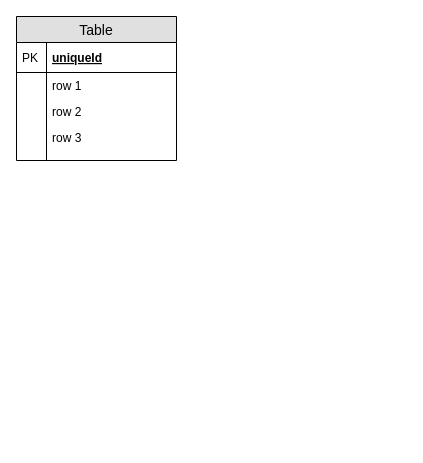
Above: 出行项目/werideapp_sql.drawio in wurh/myDesignDoc (draw.io), before the change. Source tidied: cells renumbered, new cells numbered last; positions are measured from the earlier drawing's top-left corner, leaving out a move shared by most shapes. Both pictures are drawn from the tidied source at 100%, with x=0, y=0 at pixel (16, 16).
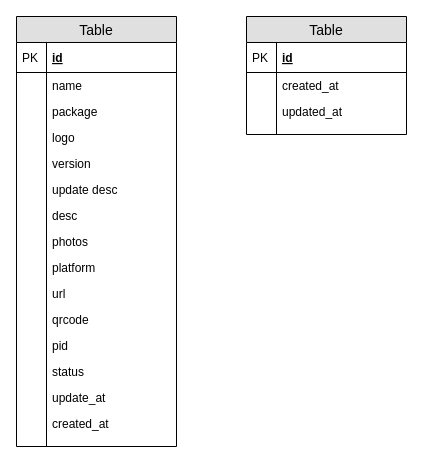
The same page after the edit.

Diff of the diagram source:
```diff
@@
     <mxCell id="2" value="Table" style="swimlane;fontStyle=0;horizontal=1;startSize=26;fillColor=#e0e0e0;swimlaneFillColor=#ffffff;align=center;fontSize=14;" parent="1" vertex="1">
-      <mxGeometry width="160" height="144" as="geometry" />
+      <mxGeometry width="160" height="430" as="geometry" />
     </mxCell>
-    <mxCell id="3" value="uniqueId" style="shape=partialRectangle;top=0;left=0;right=0;bottom=1;align=left;verticalAlign=middle;fillColor=none;spacingLeft=34;spacingRight=4;overflow=hidden;fontStyle=5;fontSize=12;" parent="2" vertex="1">
+    <mxCell id="3" value="id" style="shape=partialRectangle;top=0;left=0;right=0;bottom=1;align=left;verticalAlign=middle;fillColor=none;spacingLeft=34;spacingRight=4;overflow=hidden;fontStyle=5;fontSize=12;" parent="2" vertex="1">
       <mxGeometry y="26" width="160" height="30" as="geometry" />
     </mxCell>
@@
-    <mxCell id="5" value="row 1" style="shape=partialRectangle;top=0;left=0;right=0;bottom=0;align=left;verticalAlign=top;fillColor=none;spacingLeft=34;spacingRight=4;overflow=hidden;fontSize=12;" parent="2" vertex="1">
-      <mxGeometry y="56" width="160" height="26" as="geometry" />
-    </mxCell>
-    <mxCell id="6" style="shape=partialRectangle;top=0;left=0;bottom=0;fillColor=none;align=left;verticalAlign=top;spacingLeft=4;spacingRight=4;overflow=hidden;fontSize=12;" parent="5" vertex="1">
-      <mxGeometry width="30" height="26" as="geometry" />
-    </mxCell>
-    <mxCell id="7" value="row 2" style="shape=partialRectangle;top=0;left=0;right=0;bottom=0;align=left;verticalAlign=top;fillColor=none;spacingLeft=34;spacingRight=4;overflow=hidden;fontSize=12;" parent="2" vertex="1">
-      <mxGeometry y="82" width="160" height="26" as="geometry" />
+    <mxCell id="7" value="name" style="shape=partialRectangle;top=0;left=0;right=0;bottom=0;align=left;verticalAlign=top;fillColor=none;spacingLeft=34;spacingRight=4;overflow=hidden;fontSize=12;" parent="2" vertex="1">
+      <mxGeometry y="56" width="160" height="26" as="geometry" />
     </mxCell>
@@
+    <mxCell id="13" value="package" style="shape=partialRectangle;top=0;left=0;right=0;bottom=0;align=left;verticalAlign=top;fillColor=none;spacingLeft=34;spacingRight=4;overflow=hidden;fontSize=12;" parent="2" vertex="1">
+      <mxGeometry y="82" width="160" height="26" as="geometry" />
+    </mxCell>
+    <mxCell id="14" style="shape=partialRectangle;top=0;left=0;bottom=0;fillColor=none;align=left;verticalAlign=top;spacingLeft=4;spacingRight=4;overflow=hidden;fontSize=12;" parent="13" vertex="1">
+      <mxGeometry width="30" height="26" as="geometry" />
+    </mxCell>
-    <mxCell id="9" value="row 3" style="shape=partialRectangle;top=0;left=0;right=0;bottom=0;align=left;verticalAlign=top;fillColor=none;spacingLeft=34;spacingRight=4;overflow=hidden;fontSize=12;" parent="2" vertex="1">
+    <mxCell id="9" value="logo&#10;" style="shape=partialRectangle;top=0;left=0;right=0;bottom=0;align=left;verticalAlign=top;fillColor=none;spacingLeft=34;spacingRight=4;overflow=hidden;fontSize=12;" parent="2" vertex="1">
       <mxGeometry y="108" width="160" height="26" as="geometry" />
     </mxCell>
@@
+    <mxCell id="15" value="version" style="shape=partialRectangle;top=0;left=0;right=0;bottom=0;align=left;verticalAlign=top;fillColor=none;spacingLeft=34;spacingRight=4;overflow=hidden;fontSize=12;" parent="2" vertex="1">
+      <mxGeometry y="134" width="160" height="26" as="geometry" />
+    </mxCell>
+    <mxCell id="16" style="shape=partialRectangle;top=0;left=0;bottom=0;fillColor=none;align=left;verticalAlign=top;spacingLeft=4;spacingRight=4;overflow=hidden;fontSize=12;" parent="15" vertex="1">
+      <mxGeometry width="30" height="26" as="geometry" />
+    </mxCell>
+    <mxCell id="17" value="update desc&#10;" style="shape=partialRectangle;top=0;left=0;right=0;bottom=0;align=left;verticalAlign=top;fillColor=none;spacingLeft=34;spacingRight=4;overflow=hidden;fontSize=12;" parent="2" vertex="1">
+      <mxGeometry y="160" width="160" height="26" as="geometry" />
+    </mxCell>
+    <mxCell id="18" style="shape=partialRectangle;top=0;left=0;bottom=0;fillColor=none;align=left;verticalAlign=top;spacingLeft=4;spacingRight=4;overflow=hidden;fontSize=12;" parent="17" vertex="1">
+      <mxGeometry width="30" height="26" as="geometry" />
+    </mxCell>
+    <mxCell id="19" value="desc&#10;" style="shape=partialRectangle;top=0;left=0;right=0;bottom=0;align=left;verticalAlign=top;fillColor=none;spacingLeft=34;spacingRight=4;overflow=hidden;fontSize=12;" parent="2" vertex="1">
+      <mxGeometry y="186" width="160" height="26" as="geometry" />
+    </mxCell>
+    <mxCell id="20" style="shape=partialRectangle;top=0;left=0;bottom=0;fillColor=none;align=left;verticalAlign=top;spacingLeft=4;spacingRight=4;overflow=hidden;fontSize=12;" parent="19" vertex="1">
+      <mxGeometry width="30" height="26" as="geometry" />
+    </mxCell>
+    <mxCell id="21" value="photos&#10;" style="shape=partialRectangle;top=0;left=0;right=0;bottom=0;align=left;verticalAlign=top;fillColor=none;spacingLeft=34;spacingRight=4;overflow=hidden;fontSize=12;" parent="2" vertex="1">
+      <mxGeometry y="212" width="160" height="26" as="geometry" />
+    </mxCell>
+    <mxCell id="22" style="shape=partialRectangle;top=0;left=0;bottom=0;fillColor=none;align=left;verticalAlign=top;spacingLeft=4;spacingRight=4;overflow=hidden;fontSize=12;" parent="21" vertex="1">
+      <mxGeometry width="30" height="26" as="geometry" />
+    </mxCell>
+    <mxCell id="23" value="platform" style="shape=partialRectangle;top=0;left=0;right=0;bottom=0;align=left;verticalAlign=top;fillColor=none;spacingLeft=34;spacingRight=4;overflow=hidden;fontSize=12;" parent="2" vertex="1">
+      <mxGeometry y="238" width="160" height="26" as="geometry" />
+    </mxCell>
+    <mxCell id="24" style="shape=partialRectangle;top=0;left=0;bottom=0;fillColor=none;align=left;verticalAlign=top;spacingLeft=4;spacingRight=4;overflow=hidden;fontSize=12;" parent="23" vertex="1">
+      <mxGeometry width="30" height="26" as="geometry" />
+    </mxCell>
+    <mxCell id="25" value="url&#10;" style="shape=partialRectangle;top=0;left=0;right=0;bottom=0;align=left;verticalAlign=top;fillColor=none;spacingLeft=34;spacingRight=4;overflow=hidden;fontSize=12;" parent="2" vertex="1">
+      <mxGeometry y="264" width="160" height="26" as="geometry" />
+    </mxCell>
+    <mxCell id="26" style="shape=partialRectangle;top=0;left=0;bottom=0;fillColor=none;align=left;verticalAlign=top;spacingLeft=4;spacingRight=4;overflow=hidden;fontSize=12;" parent="25" vertex="1">
+      <mxGeometry width="30" height="26" as="geometry" />
+    </mxCell>
+    <mxCell id="27" value="qrcode" style="shape=partialRectangle;top=0;left=0;right=0;bottom=0;align=left;verticalAlign=top;fillColor=none;spacingLeft=34;spacingRight=4;overflow=hidden;fontSize=12;" parent="2" vertex="1">
+      <mxGeometry y="290" width="160" height="26" as="geometry" />
+    </mxCell>
+    <mxCell id="28" style="shape=partialRectangle;top=0;left=0;bottom=0;fillColor=none;align=left;verticalAlign=top;spacingLeft=4;spacingRight=4;overflow=hidden;fontSize=12;" parent="27" vertex="1">
+      <mxGeometry width="30" height="26" as="geometry" />
+    </mxCell>
+    <mxCell id="29" value="pid" style="shape=partialRectangle;top=0;left=0;right=0;bottom=0;align=left;verticalAlign=top;fillColor=none;spacingLeft=34;spacingRight=4;overflow=hidden;fontSize=12;" parent="2" vertex="1">
+      <mxGeometry y="316" width="160" height="26" as="geometry" />
+    </mxCell>
+    <mxCell id="30" style="shape=partialRectangle;top=0;left=0;bottom=0;fillColor=none;align=left;verticalAlign=top;spacingLeft=4;spacingRight=4;overflow=hidden;fontSize=12;" parent="29" vertex="1">
+      <mxGeometry width="30" height="26" as="geometry" />
+    </mxCell>
+    <mxCell id="31" value="status&#10;" style="shape=partialRectangle;top=0;left=0;right=0;bottom=0;align=left;verticalAlign=top;fillColor=none;spacingLeft=34;spacingRight=4;overflow=hidden;fontSize=12;" parent="2" vertex="1">
+      <mxGeometry y="342" width="160" height="26" as="geometry" />
+    </mxCell>
+    <mxCell id="32" style="shape=partialRectangle;top=0;left=0;bottom=0;fillColor=none;align=left;verticalAlign=top;spacingLeft=4;spacingRight=4;overflow=hidden;fontSize=12;" parent="31" vertex="1">
+      <mxGeometry width="30" height="26" as="geometry" />
+    </mxCell>
+    <mxCell id="33" value="update_at&#10;" style="shape=partialRectangle;top=0;left=0;right=0;bottom=0;align=left;verticalAlign=top;fillColor=none;spacingLeft=34;spacingRight=4;overflow=hidden;fontSize=12;" parent="2" vertex="1">
+      <mxGeometry y="368" width="160" height="26" as="geometry" />
+    </mxCell>
+    <mxCell id="34" style="shape=partialRectangle;top=0;left=0;bottom=0;fillColor=none;align=left;verticalAlign=top;spacingLeft=4;spacingRight=4;overflow=hidden;fontSize=12;" parent="33" vertex="1">
+      <mxGeometry width="30" height="26" as="geometry" />
+    </mxCell>
+    <mxCell id="35" value="created_at&#10;" style="shape=partialRectangle;top=0;left=0;right=0;bottom=0;align=left;verticalAlign=top;fillColor=none;spacingLeft=34;spacingRight=4;overflow=hidden;fontSize=12;" parent="2" vertex="1">
+      <mxGeometry y="394" width="160" height="26" as="geometry" />
+    </mxCell>
+    <mxCell id="36" style="shape=partialRectangle;top=0;left=0;bottom=0;fillColor=none;align=left;verticalAlign=top;spacingLeft=4;spacingRight=4;overflow=hidden;fontSize=12;" parent="35" vertex="1">
+      <mxGeometry width="30" height="26" as="geometry" />
+    </mxCell>
     <mxCell id="11" style="shape=partialRectangle;top=0;left=0;right=0;bottom=0;align=left;verticalAlign=top;fillColor=none;spacingLeft=34;spacingRight=4;overflow=hidden;fontSize=12;" parent="2" vertex="1">
-      <mxGeometry y="134" width="160" height="10" as="geometry" />
+      <mxGeometry y="420" width="160" height="10" as="geometry" />
     </mxCell>
@@
+    <mxCell id="37" value="Table" style="swimlane;fontStyle=0;horizontal=1;startSize=26;fillColor=#e0e0e0;swimlaneFillColor=#ffffff;align=center;fontSize=14;" parent="1" vertex="1">
+      <mxGeometry x="230" width="160" height="118" as="geometry" />
+    </mxCell>
+    <mxCell id="38" value="id" style="shape=partialRectangle;top=0;left=0;right=0;bottom=1;align=left;verticalAlign=middle;fillColor=none;spacingLeft=34;spacingRight=4;overflow=hidden;fontStyle=5;fontSize=12;" parent="37" vertex="1">
+      <mxGeometry y="26" width="160" height="30" as="geometry" />
+    </mxCell>
+    <mxCell id="39" value="PK" style="shape=partialRectangle;top=0;left=0;bottom=0;fillColor=none;align=left;verticalAlign=middle;spacingLeft=4;spacingRight=4;overflow=hidden;fontSize=12;" parent="38" vertex="1">
+      <mxGeometry width="30" height="30" as="geometry" />
+    </mxCell>
+    <mxCell id="40" value="created_at" style="shape=partialRectangle;top=0;left=0;right=0;bottom=0;align=left;verticalAlign=top;fillColor=none;spacingLeft=34;spacingRight=4;overflow=hidden;fontSize=12;" parent="37" vertex="1">
+      <mxGeometry y="56" width="160" height="26" as="geometry" />
+    </mxCell>
+    <mxCell id="41" style="shape=partialRectangle;top=0;left=0;bottom=0;fillColor=none;align=left;verticalAlign=top;spacingLeft=4;spacingRight=4;overflow=hidden;fontSize=12;" parent="40" vertex="1">
+      <mxGeometry width="30" height="26" as="geometry" />
+    </mxCell>
+    <mxCell id="42" value="updated_at" style="shape=partialRectangle;top=0;left=0;right=0;bottom=0;align=left;verticalAlign=top;fillColor=none;spacingLeft=34;spacingRight=4;overflow=hidden;fontSize=12;" parent="37" vertex="1">
+      <mxGeometry y="82" width="160" height="26" as="geometry" />
+    </mxCell>
+    <mxCell id="43" style="shape=partialRectangle;top=0;left=0;bottom=0;fillColor=none;align=left;verticalAlign=top;spacingLeft=4;spacingRight=4;overflow=hidden;fontSize=12;" parent="42" vertex="1">
+      <mxGeometry width="30" height="26" as="geometry" />
+    </mxCell>
+    <mxCell id="44" style="shape=partialRectangle;top=0;left=0;right=0;bottom=0;align=left;verticalAlign=top;fillColor=none;spacingLeft=34;spacingRight=4;overflow=hidden;fontSize=12;" parent="37" vertex="1">
+      <mxGeometry y="108" width="160" height="10" as="geometry" />
+    </mxCell>
+    <mxCell id="45" style="shape=partialRectangle;top=0;left=0;bottom=0;fillColor=none;align=left;verticalAlign=top;spacingLeft=4;spacingRight=4;overflow=hidden;fontSize=12;" parent="44" vertex="1">
+      <mxGeometry width="30" height="10" as="geometry" />
+    </mxCell>
```
